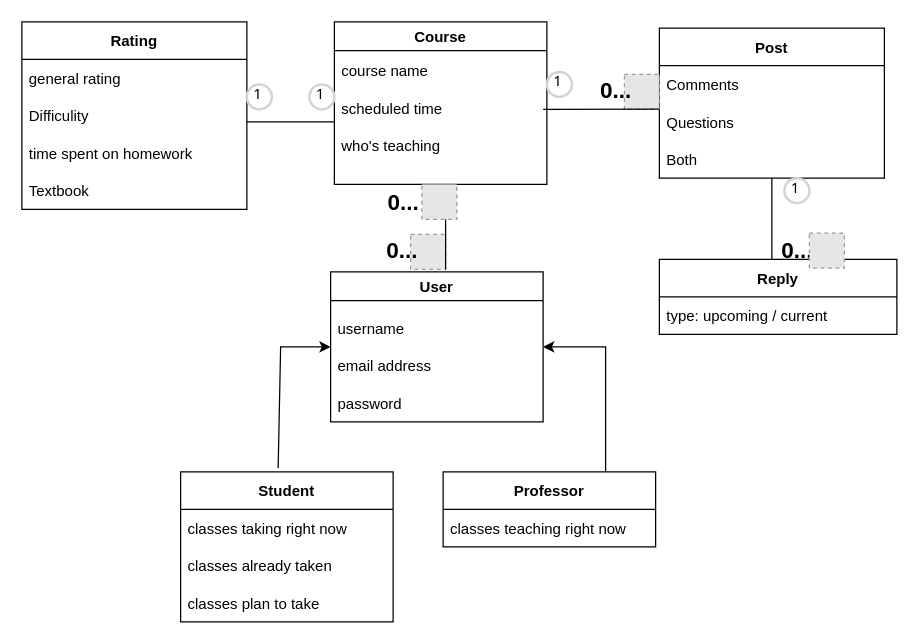
Earlier version of the draw.io diagram Domain Model.drawio (I-Dont-Want-An-F/Project). Source tidied: cells renumbered, new cells numbered last; positions are measured from the earlier drawing's top-left corner, leaving out a move shared by most shapes. Both pictures are drawn from the tidied source at 125%, with x=0, y=0 at pixel (21, 21). Pictures stored in the file or linked from it are replaced by grey dashed boxes.
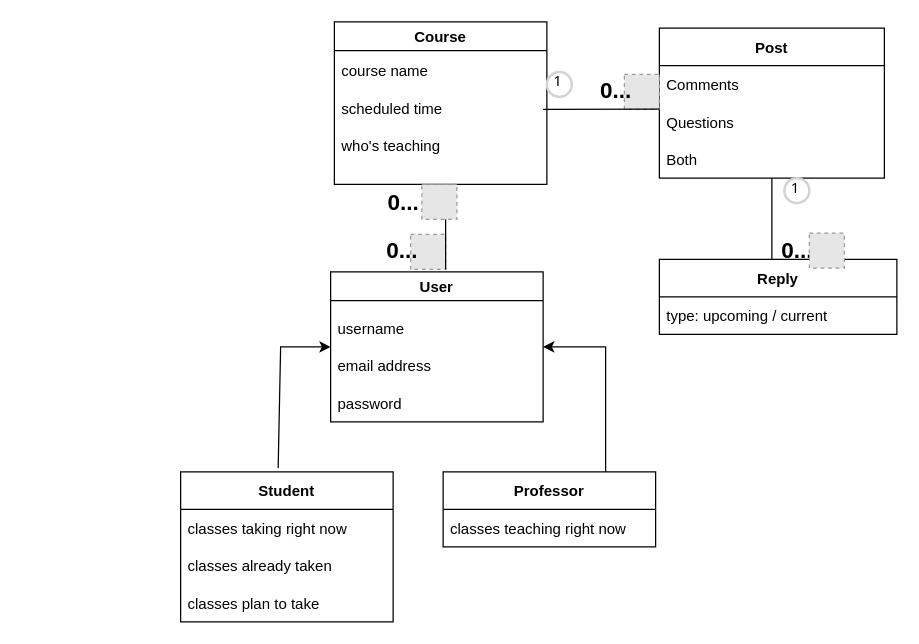
Above is the later version.

Unchanged cells that the change refers to:
```xml
<mxCell id="6" value="Course" style="swimlane;" parent="1" vertex="1">
  <mxGeometry x="250" width="170" height="130" as="geometry" />
</mxCell>
```

Diff of the diagram source:
```diff
@@
-    <mxCell id="10" value="1" style="ellipse;whiteSpace=wrap;html=1;strokeWidth=2;fontFamily=Tahoma;spacingBottom=4;spacingRight=2;strokeColor=#d3d3d3;" parent="6" vertex="1">
-      <mxGeometry x="-20" y="50" width="20" height="20" as="geometry" />
-    </mxCell>
@@
-    <mxCell id="14" value="Rating" style="swimlane;fontStyle=1;horizontal=1;startSize=30;" parent="1" vertex="1">
-      <mxGeometry width="180" height="150" as="geometry" />
-    </mxCell>
-    <mxCell id="15" value="general rating " style="text;strokeColor=none;fillColor=none;align=left;verticalAlign=middle;spacingLeft=4;spacingRight=4;overflow=hidden;" parent="14" vertex="1">
-      <mxGeometry y="30" width="180" height="30" as="geometry" />
-    </mxCell>
-    <mxCell id="16" value="Difficulity " style="text;strokeColor=none;fillColor=none;align=left;verticalAlign=middle;spacingLeft=4;spacingRight=4;overflow=hidden;" parent="14" vertex="1">
-      <mxGeometry y="60" width="180" height="30" as="geometry" />
-    </mxCell>
-    <mxCell id="17" value="time spent on homework" style="text;strokeColor=none;fillColor=none;align=left;verticalAlign=middle;spacingLeft=4;spacingRight=4;overflow=hidden;" parent="14" vertex="1">
-      <mxGeometry y="90" width="180" height="30" as="geometry" />
-    </mxCell>
-    <mxCell id="18" value="Textbook" style="text;strokeColor=none;fillColor=none;align=left;verticalAlign=middle;spacingLeft=4;spacingRight=4;overflow=hidden;" parent="14" vertex="1">
-      <mxGeometry y="120" width="180" height="30" as="geometry" />
-    </mxCell>
@@
-    <mxCell id="22" value="1" style="ellipse;whiteSpace=wrap;html=1;strokeWidth=2;fontFamily=Tahoma;spacingBottom=4;spacingRight=2;strokeColor=#d3d3d3;" parent="1" vertex="1">
-      <mxGeometry x="180" y="50" width="20" height="20" as="geometry" />
-    </mxCell>
@@
-    <mxCell id="27" style="endArrow=none;html=1;rounded=0;fontSize=36;" parent="1" edge="1">
-      <mxGeometry relative="1" as="geometry">
-        <mxPoint x="180" y="80" as="sourcePoint" />
-        <mxPoint x="250" y="80" as="targetPoint" />
-      </mxGeometry>
-    </mxCell>
```
